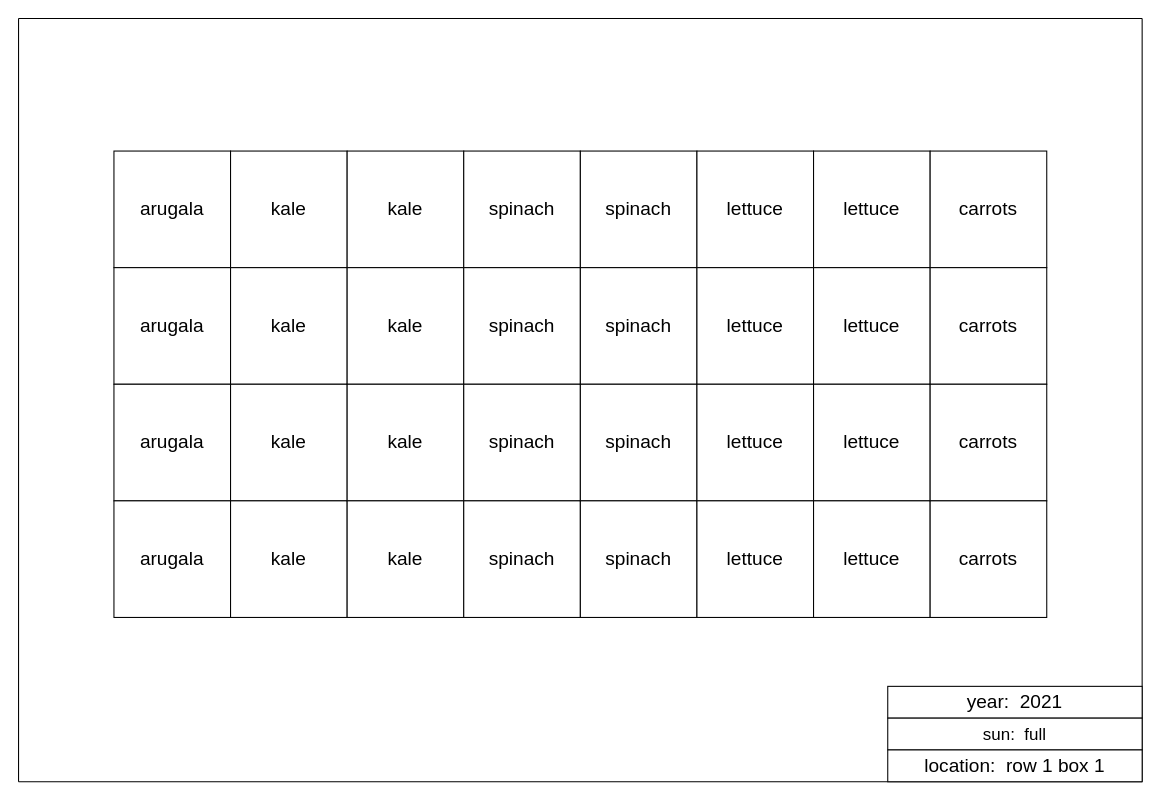
This is page "r1b3" (4 of 8) of garden-layout.drawio from jerry-burchard/garden-2022, a draw.io file, before an edit. Source tidied: cells renumbered, new cells numbered last; positions are measured from the earlier drawing's top-left corner, leaving out a move shared by most shapes. Both pictures are drawn from the tidied source at 106%, with x=0, y=0 at pixel (18, 18).
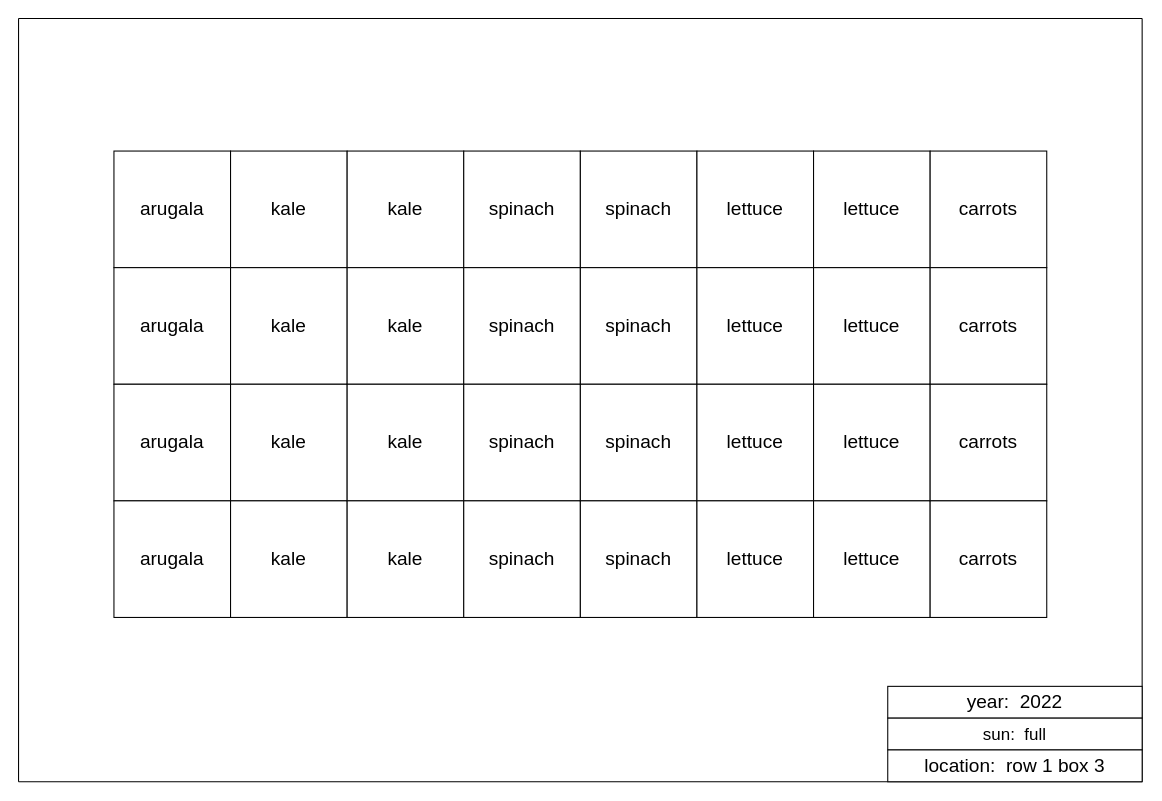
The same page after the edit.

Change to the diagram source:
```diff
@@
-    <mxCell id="8" value="&lt;font style=&quot;font-size: 18px&quot;&gt;year:&amp;nbsp; 2021&lt;/font&gt;" style="rounded=0;whiteSpace=wrap;html=1;" parent="1" vertex="1">
+    <mxCell id="8" value="&lt;font style=&quot;font-size: 18px&quot;&gt;year:&amp;nbsp; 2022&lt;/font&gt;" style="rounded=0;whiteSpace=wrap;html=1;" parent="1" vertex="1">
       <mxGeometry x="820" y="630" width="240" height="30" as="geometry" />
     </mxCell>
@@
-    <mxCell id="10" value="&lt;font style=&quot;font-size: 18px&quot;&gt;location:&amp;nbsp; row 1 box 1&lt;/font&gt;" style="rounded=0;whiteSpace=wrap;html=1;" parent="1" vertex="1">
+    <mxCell id="10" value="&lt;font style=&quot;font-size: 18px&quot;&gt;location:&amp;nbsp; row 1 box 3&lt;/font&gt;" style="rounded=0;whiteSpace=wrap;html=1;" parent="1" vertex="1">
       <mxGeometry x="820" y="690" width="240" height="30" as="geometry" />
     </mxCell>
```
